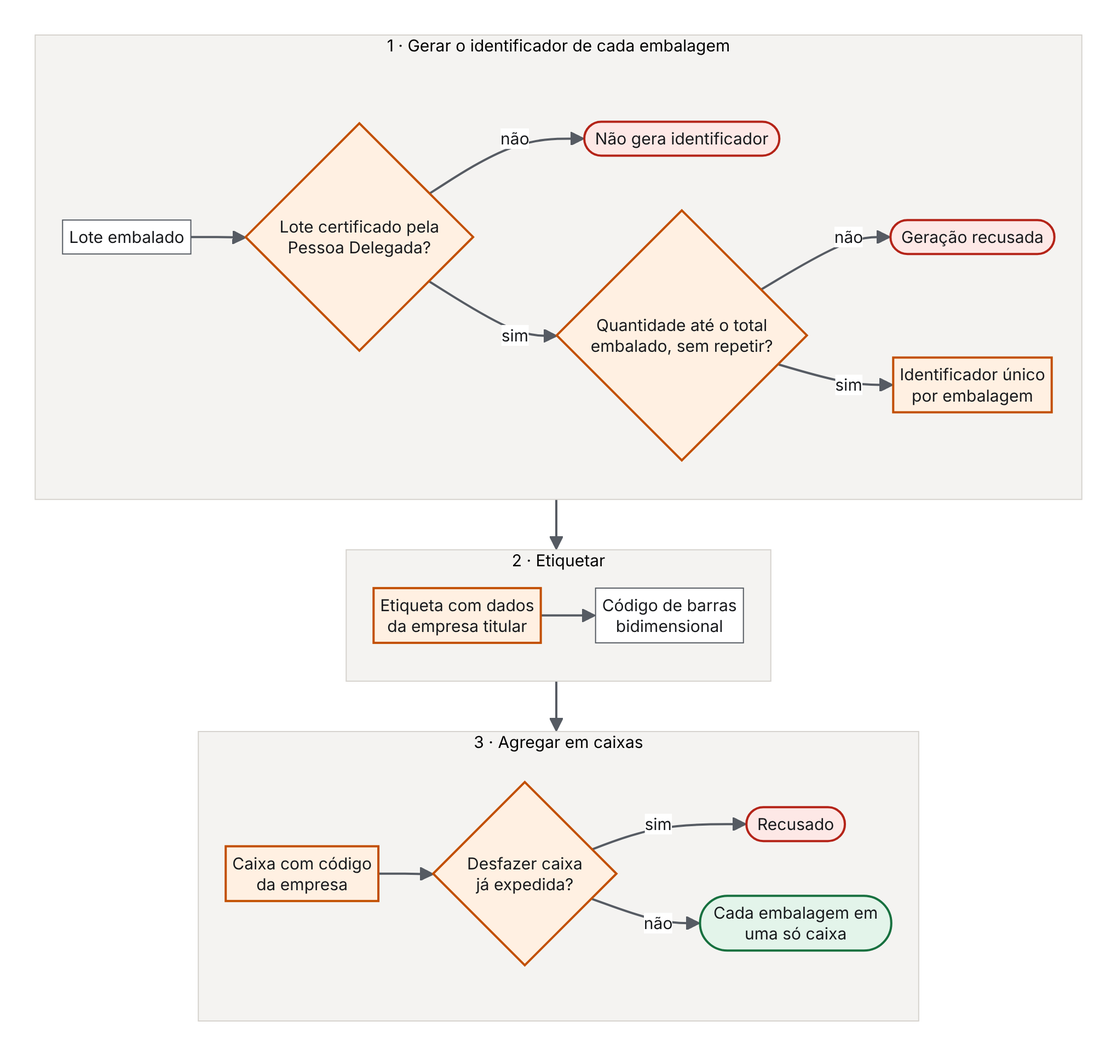
This is docs/roadmap/diagramas/fluxo-16a-ium-e-agregacao.png from Nardacci/iLabs, a Mermaid export, as it was before one commit. Its source is kept beside it as docs/roadmap/diagramas/fluxo-16a-ium-e-agregacao.mmd. Its diagram source:
```mermaid
flowchart TB
  classDef trava fill:#fff0e2,stroke:#c24f00,stroke-width:2px,color:#17191c
  classDef passo fill:#ffffff,stroke:#565b63,color:#17191c
  classDef fim fill:#e3f4ea,stroke:#17703f,stroke-width:2px,color:#17191c
  classDef bloqueio fill:#fde8e6,stroke:#b42318,stroke-width:2px,color:#17191c
  subgraph G["1 · Gerar o identificador de cada embalagem"]
    direction LR
    A1["Lote embalado"]:::passo --> A2{"Lote certificado pela<br/>Pessoa Delegada?"}:::trava
    A2 -- não --> X1(["Não gera identificador"]):::bloqueio
    A2 -- sim --> A3{"Quantidade até o total<br/>embalado, sem repetir?"}:::trava
    A3 -- não --> X2(["Geração recusada"]):::bloqueio
    A3 -- sim --> A4["Identificador único<br/>por embalagem"]:::trava
  end
  subgraph E["2 · Etiquetar"]
    direction LR
    B1["Etiqueta com dados<br/>da empresa titular"]:::trava --> B2["Código de barras<br/>bidimensional"]:::passo
  end
  subgraph C["3 · Agregar em caixas"]
    direction LR
    C1["Caixa com código<br/>da empresa"]:::trava --> C2{"Desfazer caixa<br/>já expedida?"}:::trava
    C2 -- sim --> X3(["Recusado"]):::bloqueio
    C2 -- não --> C3(["Cada embalagem em<br/>uma só caixa"]):::fim
  end
  G --> E --> C
```
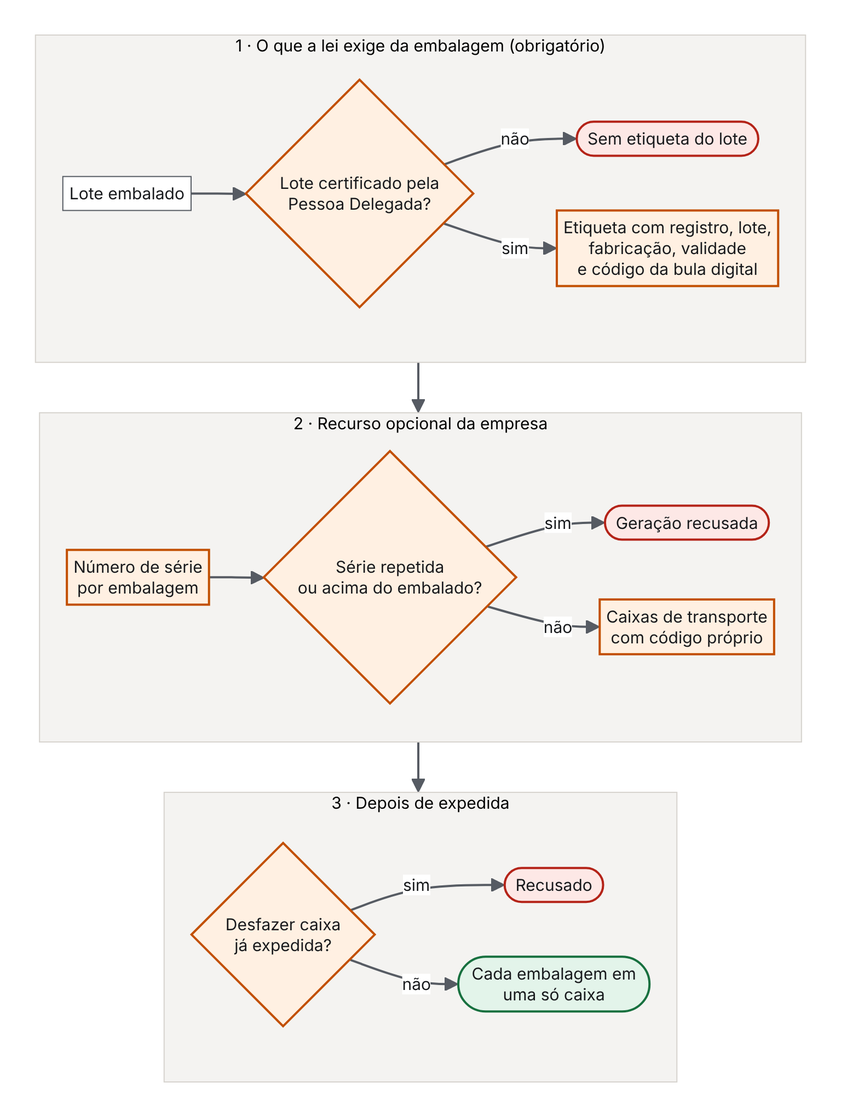
The same file after the commit.

Diff of the diagram source:
```diff
@@ -3,22 +3,22 @@
   classDef passo fill:#ffffff,stroke:#565b63,color:#17191c
   classDef fim fill:#e3f4ea,stroke:#17703f,stroke-width:2px,color:#17191c
   classDef bloqueio fill:#fde8e6,stroke:#b42318,stroke-width:2px,color:#17191c
-  subgraph G["1 · Gerar o identificador de cada embalagem"]
+  subgraph O["1 · O que a lei exige da embalagem (obrigatório)"]
     direction LR
     A1["Lote embalado"]:::passo --> A2{"Lote certificado pela<br/>Pessoa Delegada?"}:::trava
-    A2 -- não --> X1(["Não gera identificador"]):::bloqueio
-    A2 -- sim --> A3{"Quantidade até o total<br/>embalado, sem repetir?"}:::trava
-    A3 -- não --> X2(["Geração recusada"]):::bloqueio
-    A3 -- sim --> A4["Identificador único<br/>por embalagem"]:::trava
+    A2 -- não --> X1(["Sem etiqueta do lote"]):::bloqueio
+    A2 -- sim --> A3["Etiqueta com registro, lote,<br/>fabricação, validade<br/>e código da bula digital"]:::trava
   end
-  subgraph E["2 · Etiquetar"]
+  subgraph P["2 · Recurso opcional da empresa"]
     direction LR
-    B1["Etiqueta com dados<br/>da empresa titular"]:::trava --> B2["Código de barras<br/>bidimensional"]:::passo
+    B1["Número de série<br/>por embalagem"]:::trava --> B2{"Série repetida<br/>ou acima do embalado?"}:::trava
+    B2 -- sim --> X2(["Geração recusada"]):::bloqueio
+    B2 -- não --> B3["Caixas de transporte<br/>com código próprio"]:::trava
   end
-  subgraph C["3 · Agregar em caixas"]
+  subgraph C["3 · Depois de expedida"]
     direction LR
-    C1["Caixa com código<br/>da empresa"]:::trava --> C2{"Desfazer caixa<br/>já expedida?"}:::trava
-    C2 -- sim --> X3(["Recusado"]):::bloqueio
-    C2 -- não --> C3(["Cada embalagem em<br/>uma só caixa"]):::fim
+    C1{"Desfazer caixa<br/>já expedida?"}:::trava
+    C1 -- sim --> X3(["Recusado"]):::bloqueio
+    C1 -- não --> C2(["Cada embalagem em<br/>uma só caixa"]):::fim
   end
-  G --> E --> C
+  O --> P --> C
```
